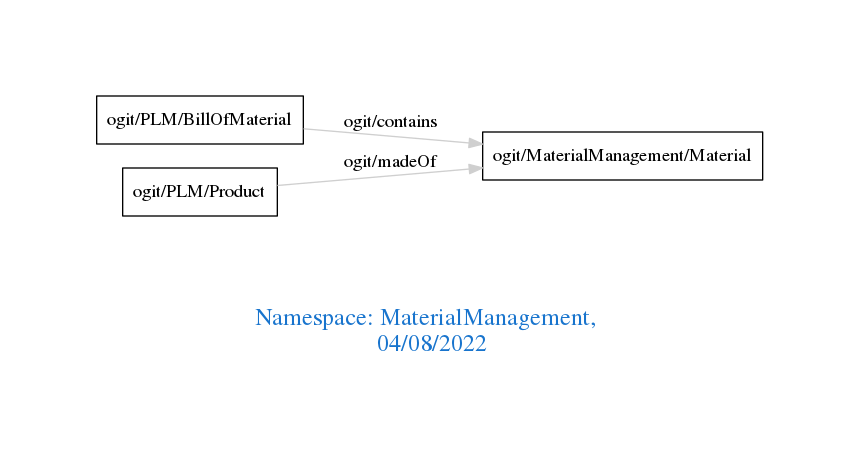
Earlier version of the Graphviz export downloads/MaterialManagement.png (arago/OGIT). Its source is kept beside it as downloads/MaterialManagement.dot.
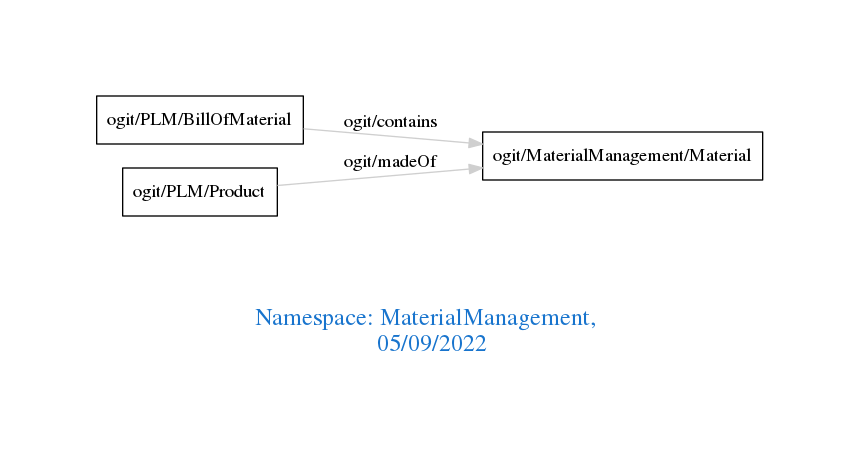
The same diagram one commit later.

Change to the diagram source:
```diff
@@ -1,7 +1,7 @@
 digraph OGIT_ontology {
  graph [ rankdir= LR,pad=1
 fontsize = 18,
-fontcolor= dodgerblue3,label = "\n\n\nNamespace: MaterialManagement, \n 04/08/2022"];
+fontcolor= dodgerblue3,label = "\n\n\nNamespace: MaterialManagement, \n 05/09/2022"];
 node[shape=polygon];
 edge [  color="gray81"];
 
```
